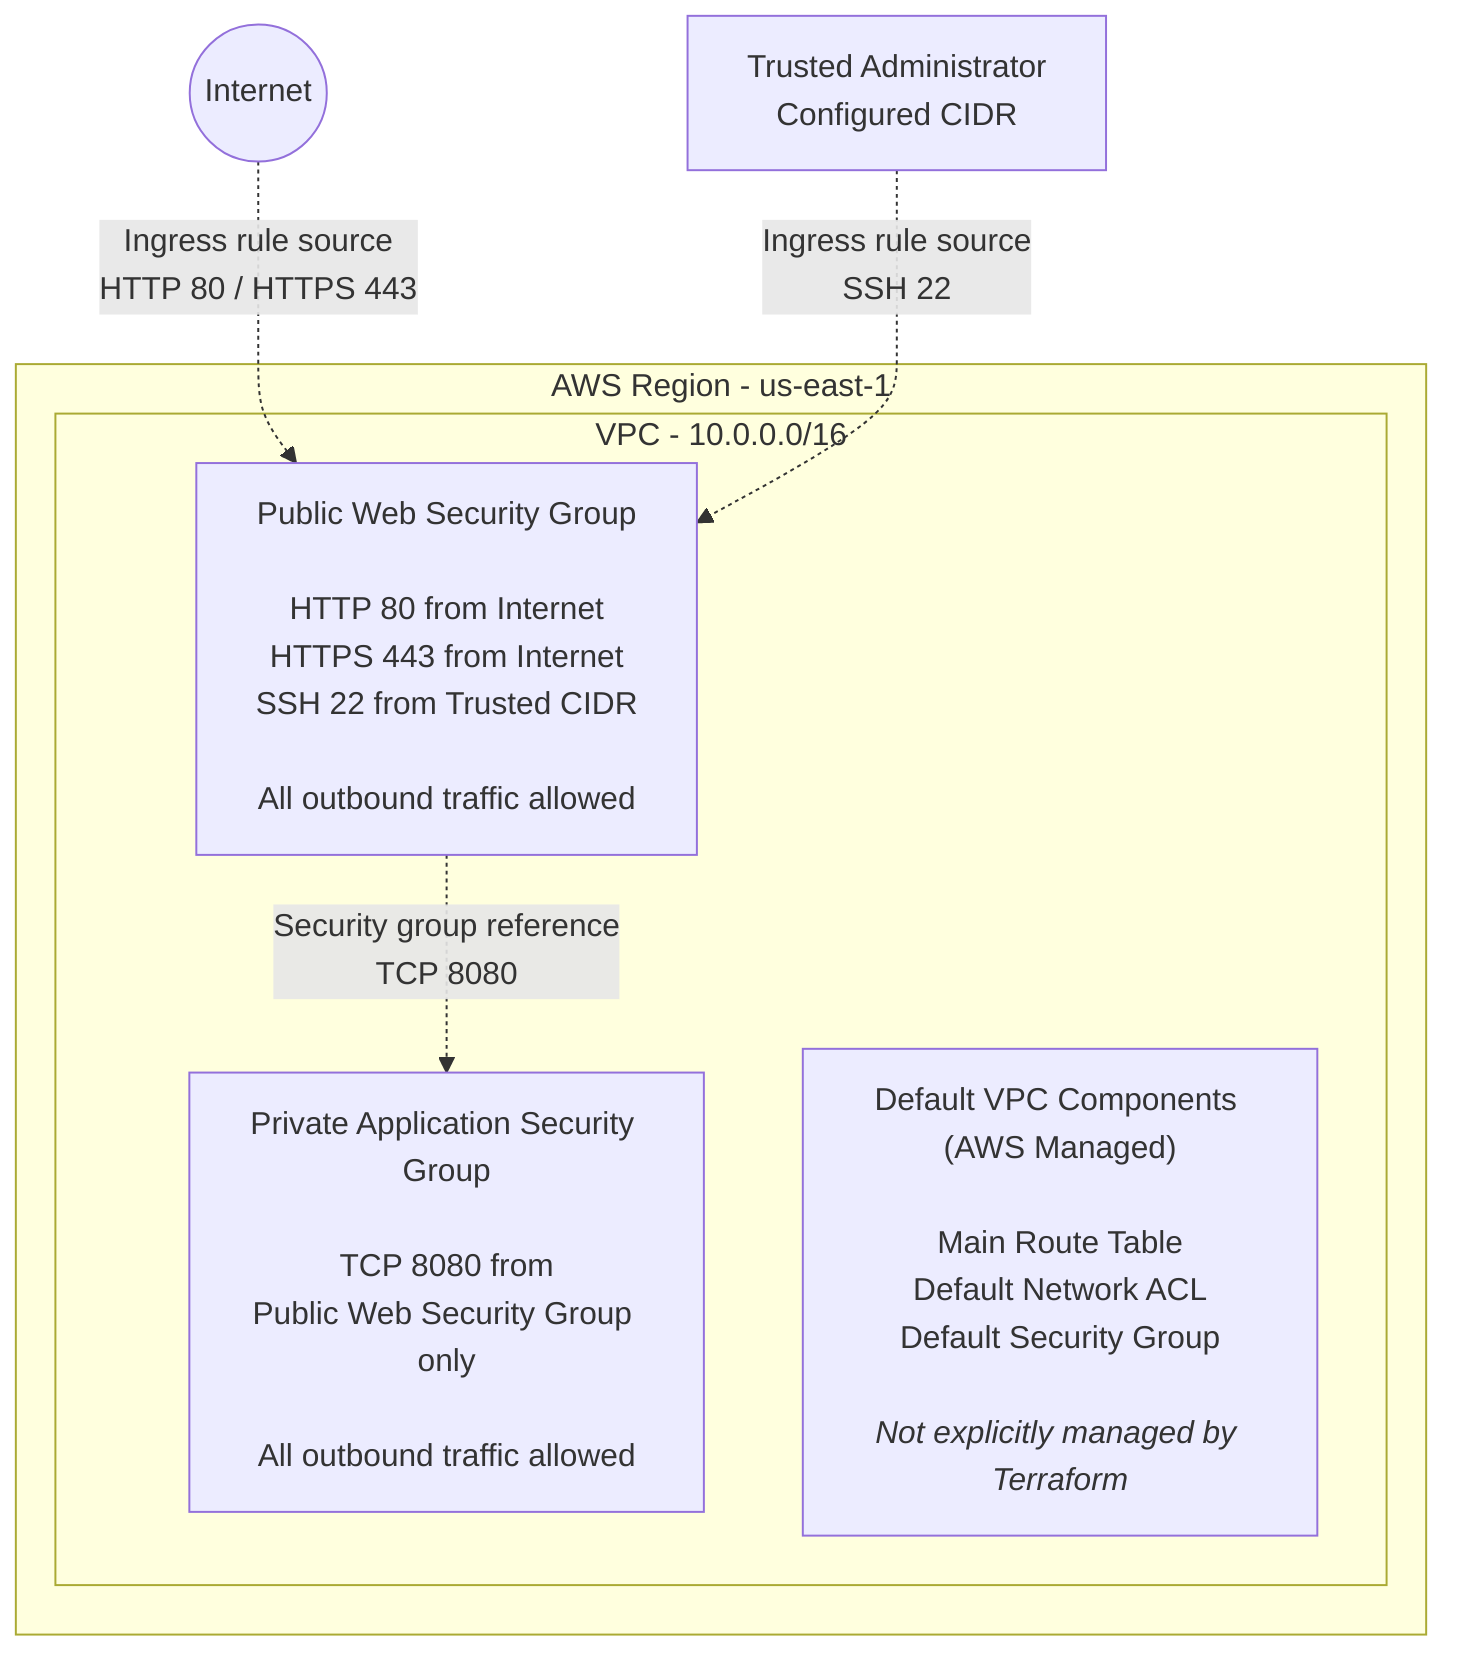
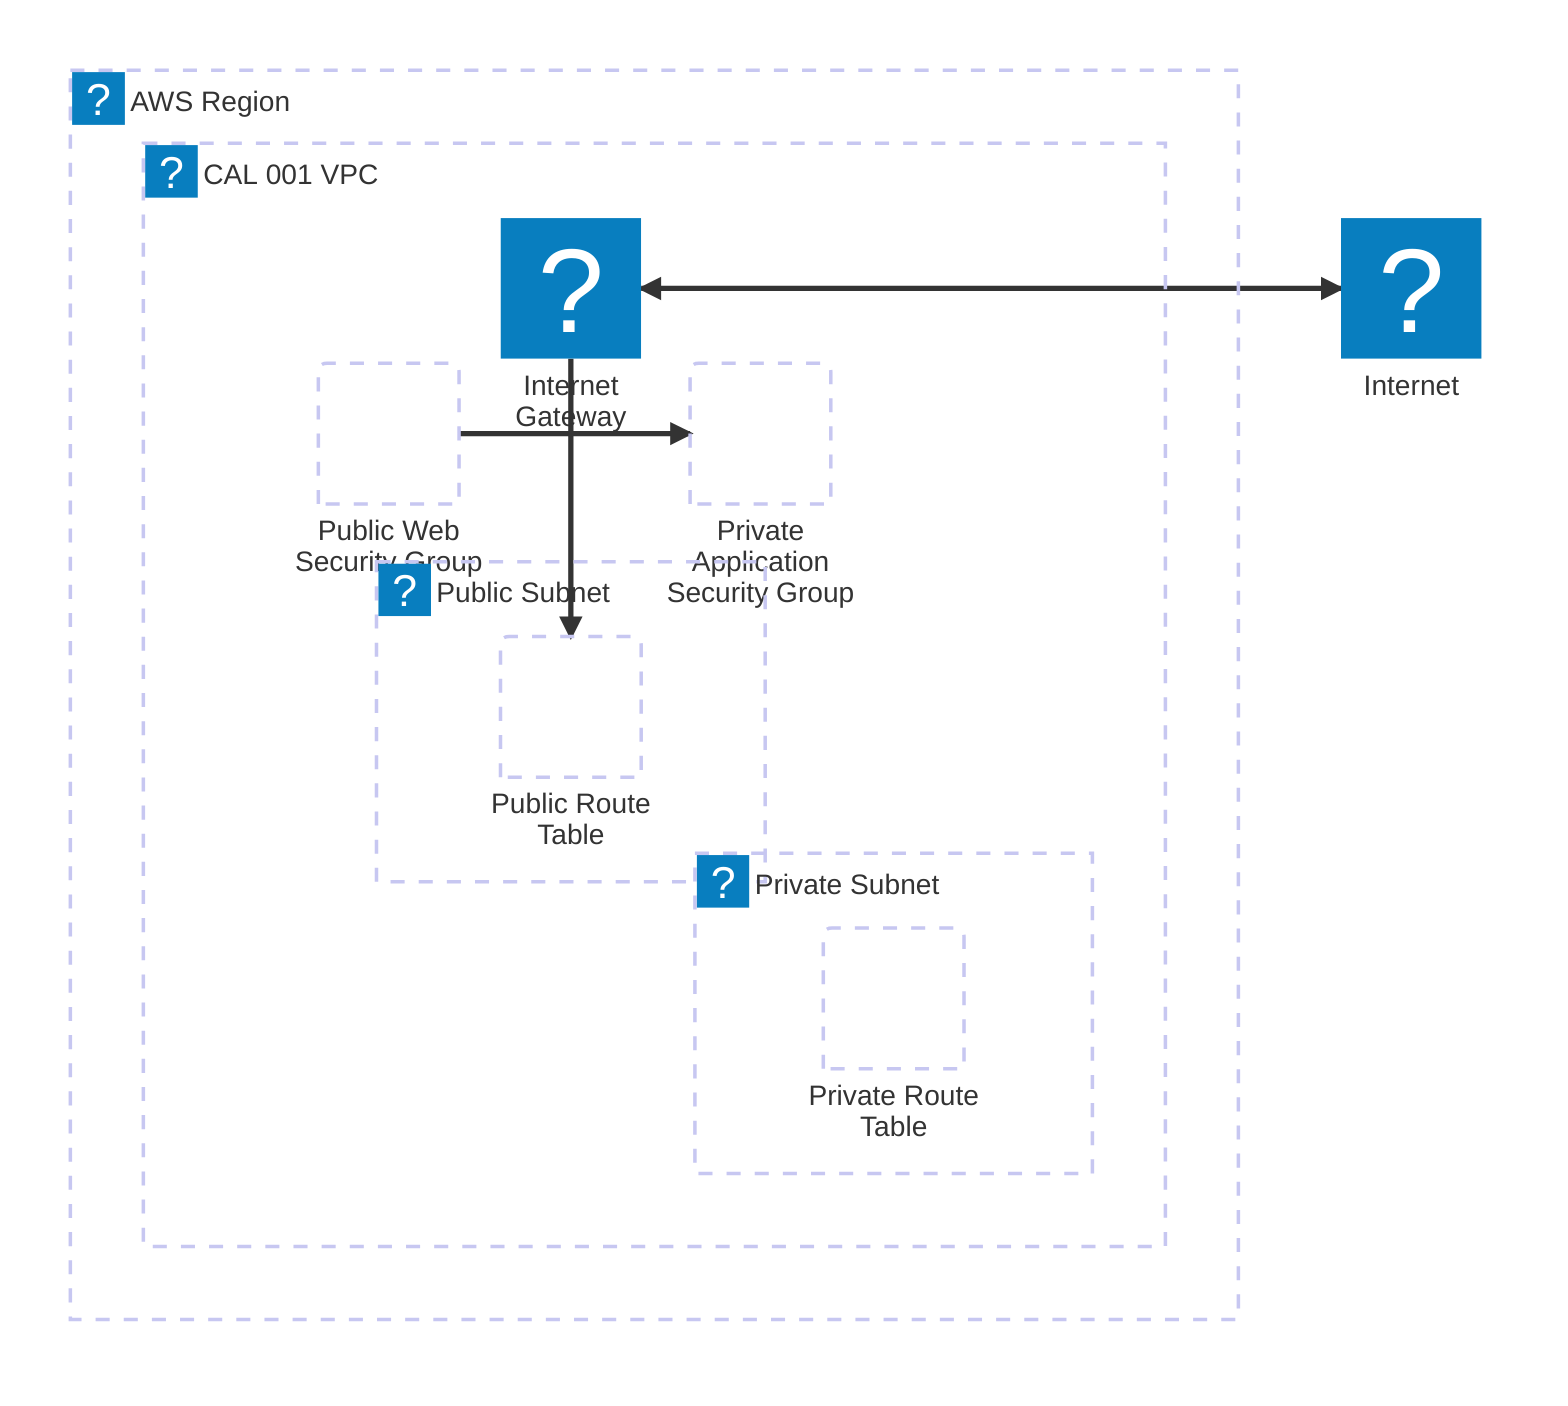
- flowchart TB
+ architecture-beta
+     service internet(aws:res-internet-alt1-light)[Internet]

- %% =============================================================================
- %% Cloud Architect Lab
- %% CAL-001 - AWS Networking Foundations
- %% =============================================================================
- %% Diagram Type: Current As-Built Architecture
- %% Milestone: Security Group Foundations
- %% Terraform State: Current
- %% =============================================================================
- %% Terraform-managed resources:
- %% • VPC
- %% • Public web security group
- %% • Private application security group
- %% =============================================================================
- %% AWS-managed default resources:
- %% • Main route table
- %% • Default network ACL
- %% • Default security group
- %% =============================================================================
- %% No subnets, Internet Gateway, NAT Gateway, custom route tables,
- %% route-table associations, or compute resources are currently deployed.
- %% =============================================================================
+     group region(aws:region)[AWS Region]

- Internet((Internet))
+         group vpc(aws:virtual-private-cloud-vpc)[CAL 001 VPC] in region
+             service igw(aws:res-amazon-vpc-internet-gateway)[Internet Gateway] in vpc

- TrustedAdmin["Trusted Administrator<br/>Configured CIDR"]
+             group public_subnet(aws:public-subnet)[Public Subnet] in vpc
+                 service public_route_table[Public Route Table] in public_subnet

- subgraph AWS["AWS Region - us-east-1"]
+             group private_subnet(aws:private-subnet)[Private Subnet] in vpc
+                 service private_route_table[Private Route Table] in private_subnet

-     subgraph VPC["VPC - 10.0.0.0/16"]
+             service public_security_group[Public Web Security Group] in vpc
+             service private_security_group[Private Application Security Group] in vpc

-         PublicSG["Public Web Security Group<br/><br/>HTTP 80 from Internet<br/>HTTPS 443 from Internet<br/>SSH 22 from Trusted CIDR<br/><br/>All outbound traffic allowed"]
- 
-         PrivateSG["Private Application Security Group<br/><br/>TCP 8080 from<br/>Public Web Security Group only<br/><br/>All outbound traffic allowed"]
- 
-         Defaults["Default VPC Components (AWS Managed)<br/><br/>Main Route Table<br/>Default Network ACL<br/>Default Security Group<br/><br/><i>Not explicitly managed by Terraform</i>"]
- 
-     end
- end
- 
- Internet -.->|"Ingress rule source<br/>HTTP 80 / HTTPS 443"| PublicSG
- 
- TrustedAdmin -.->|"Ingress rule source<br/>SSH 22"| PublicSG
- 
- PublicSG -.->|"Security group reference<br/>TCP 8080"| PrivateSG
+     internet:L <--> R:igw
+     igw:B --> T:public_route_table
+     public_security_group:R --> L:private_security_group